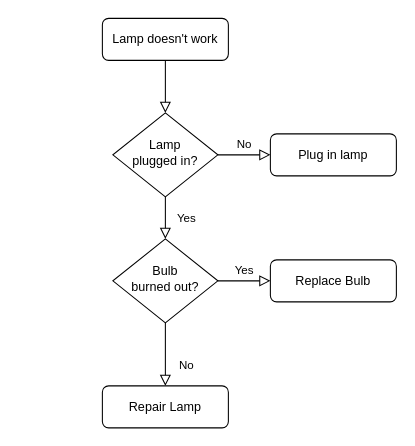
Above: Untitled Diagram.drawio in binatudou/binatudou.github.io (draw.io), before the change. Source tidied: cells renumbered, new cells numbered last; positions are measured from the earlier drawing's top-left corner, leaving out a move shared by most shapes. Both pictures are drawn from the tidied source at 105%, with x=0, y=0 at pixel (102, 18).
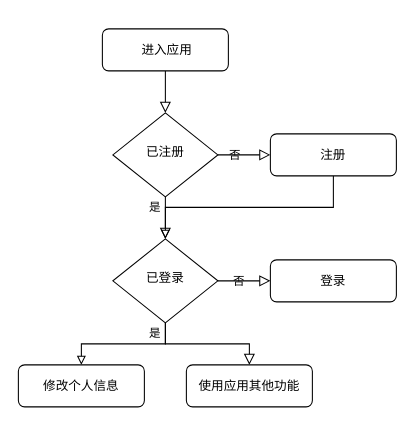
The same page after the edit.

The edit, as a diff of the source:
```diff
@@
 <mxGraphModel>
   <root>
     <mxCell id="0" />
     <mxCell id="1" parent="0" />
     <mxCell id="2" style="rounded=0;html=1;jettySize=auto;fontSize=11;endArrow=block;endFill=0;endSize=8;strokeWidth=1;shadow=0;labelBackgroundColor=none;edgeStyle=orthogonalEdgeStyle;" parent="1" edge="1" source="3" target="6">
       <mxGeometry relative="1" as="geometry" />
     </mxCell>
-    <mxCell id="3" value="Lamp doesn't work" style="rounded=1;whiteSpace=wrap;html=1;fontSize=12;glass=0;strokeWidth=1;shadow=0;" parent="1" vertex="1">
-      <mxGeometry width="120" height="40" as="geometry" />
+    <mxCell id="3" value="&amp;nbsp;进入应用" style="rounded=1;whiteSpace=wrap;html=1;fontSize=12;glass=0;strokeWidth=1;shadow=0;" parent="1" vertex="1">
+      <mxGeometry y="10" width="120" height="40" as="geometry" />
     </mxCell>
-    <mxCell id="4" value="Yes" style="rounded=0;html=1;jettySize=auto;fontSize=11;endArrow=block;endFill=0;endSize=8;strokeWidth=1;shadow=0;labelBackgroundColor=none;edgeStyle=orthogonalEdgeStyle;" parent="1" edge="1" source="6" target="10">
-      <mxGeometry y="20" relative="1" as="geometry" />
+    <mxCell id="4" value="是" style="rounded=0;html=1;jettySize=auto;fontSize=11;endArrow=block;endFill=0;endSize=8;strokeWidth=1;shadow=0;labelBackgroundColor=none;edgeStyle=orthogonalEdgeStyle;" parent="1" edge="1" source="6" target="10">
+      <mxGeometry x="-0.5" y="-10" relative="1" as="geometry" />
     </mxCell>
-    <mxCell id="5" value="No" style="edgeStyle=orthogonalEdgeStyle;rounded=0;html=1;jettySize=auto;fontSize=11;endArrow=block;endFill=0;endSize=8;strokeWidth=1;shadow=0;labelBackgroundColor=none;" parent="1" edge="1" source="6" target="7">
-      <mxGeometry y="10" relative="1" as="geometry" />
+    <mxCell id="5" value="否" style="edgeStyle=orthogonalEdgeStyle;rounded=0;html=1;jettySize=auto;fontSize=11;endArrow=block;endFill=0;endSize=8;strokeWidth=1;shadow=0;labelBackgroundColor=none;exitX=1;exitY=0.5;exitDx=0;exitDy=0;" parent="1" edge="1" source="6" target="15">
+      <mxGeometry x="-0.76" y="-10" relative="1" as="geometry">
+        <mxPoint x="10" y="-10" as="offset" />
+      </mxGeometry>
     </mxCell>
-    <mxCell id="6" value="Lamp&lt;br&gt;plugged in?" style="rhombus;whiteSpace=wrap;html=1;shadow=0;fontFamily=Helvetica;fontSize=12;align=center;strokeWidth=1;spacing=6;spacingTop=-4;" parent="1" vertex="1">
+    <mxCell id="6" value="已注册" style="rhombus;whiteSpace=wrap;html=1;shadow=0;fontFamily=Helvetica;fontSize=12;align=center;strokeWidth=1;spacing=6;spacingTop=-4;" parent="1" vertex="1">
       <mxGeometry x="10" y="90" width="100" height="80" as="geometry" />
     </mxCell>
-    <mxCell id="7" value="Plug in lamp" style="rounded=1;whiteSpace=wrap;html=1;fontSize=12;glass=0;strokeWidth=1;shadow=0;" parent="1" vertex="1">
-      <mxGeometry x="160" y="110" width="120" height="40" as="geometry" />
-    </mxCell>
-    <mxCell id="8" value="No" style="rounded=0;html=1;jettySize=auto;fontSize=11;endArrow=block;endFill=0;endSize=8;strokeWidth=1;shadow=0;labelBackgroundColor=none;edgeStyle=orthogonalEdgeStyle;" parent="1" edge="1" source="10" target="11">
-      <mxGeometry x="0.33" y="20" relative="1" as="geometry" />
+    <mxCell id="8" value="是" style="rounded=0;html=1;jettySize=auto;fontSize=11;endArrow=block;endFill=0;endSize=8;strokeWidth=1;shadow=0;labelBackgroundColor=none;edgeStyle=orthogonalEdgeStyle;" parent="1" edge="1" source="10" target="11">
+      <mxGeometry x="-0.83" y="-10" relative="1" as="geometry" />
     </mxCell>
-    <mxCell id="9" value="Yes" style="edgeStyle=orthogonalEdgeStyle;rounded=0;html=1;jettySize=auto;fontSize=11;endArrow=block;endFill=0;endSize=8;strokeWidth=1;shadow=0;labelBackgroundColor=none;" parent="1" edge="1" source="10" target="12">
-      <mxGeometry y="10" relative="1" as="geometry" />
+    <mxCell id="9" value="否" style="edgeStyle=orthogonalEdgeStyle;rounded=0;html=1;jettySize=auto;fontSize=11;endArrow=block;endFill=0;endSize=8;strokeWidth=1;shadow=0;labelBackgroundColor=none;" parent="1" edge="1" source="10" target="12">
+      <mxGeometry x="-0.2" relative="1" as="geometry" />
     </mxCell>
+    <mxCell id="13" style="edgeStyle=orthogonalEdgeStyle;rounded=0;jettySize=auto;html=1;endArrow=block;endFill=0;" parent="1" edge="1" source="10" target="16">
+      <mxGeometry relative="1" as="geometry" />
+    </mxCell>
-    <mxCell id="10" value="Bulb&lt;br&gt;burned out?" style="rhombus;whiteSpace=wrap;html=1;shadow=0;fontFamily=Helvetica;fontSize=12;align=center;strokeWidth=1;spacing=6;spacingTop=-4;" parent="1" vertex="1">
+    <mxCell id="10" value="已登录" style="rhombus;whiteSpace=wrap;html=1;shadow=0;fontFamily=Helvetica;fontSize=12;align=center;strokeWidth=1;spacing=6;spacingTop=-4;" parent="1" vertex="1">
       <mxGeometry x="10" y="210" width="100" height="80" as="geometry" />
     </mxCell>
-    <mxCell id="11" value="Repair Lamp" style="rounded=1;whiteSpace=wrap;html=1;fontSize=12;glass=0;strokeWidth=1;shadow=0;" parent="1" vertex="1">
-      <mxGeometry y="350" width="120" height="40" as="geometry" />
+    <mxCell id="11" value="使用应用其他功能" style="rounded=1;whiteSpace=wrap;html=1;fontSize=12;glass=0;strokeWidth=1;shadow=0;" parent="1" vertex="1">
+      <mxGeometry x="80" y="330" width="120" height="40" as="geometry" />
     </mxCell>
-    <mxCell id="12" value="Replace Bulb" style="rounded=1;whiteSpace=wrap;html=1;fontSize=12;glass=0;strokeWidth=1;shadow=0;" parent="1" vertex="1">
+    <mxCell id="12" value="登录" style="rounded=1;whiteSpace=wrap;html=1;fontSize=12;glass=0;strokeWidth=1;shadow=0;" parent="1" vertex="1">
       <mxGeometry x="160" y="230" width="120" height="40" as="geometry" />
     </mxCell>
+    <mxCell id="14" style="edgeStyle=orthogonalEdgeStyle;rounded=0;jettySize=auto;html=1;endArrow=block;endFill=0;" parent="1" edge="1" source="15" target="10">
+      <mxGeometry relative="1" as="geometry">
+        <Array as="points">
+          <mxPoint x="220" y="180" />
+          <mxPoint x="60" y="180" />
+        </Array>
+      </mxGeometry>
+    </mxCell>
+    <mxCell id="15" value="注册" style="rounded=1;whiteSpace=wrap;html=1;fontSize=12;glass=0;strokeWidth=1;shadow=0;" parent="1" vertex="1">
+      <mxGeometry x="160" y="110" width="120" height="40" as="geometry" />
+    </mxCell>
+    <mxCell id="16" value="修改个人信息" style="rounded=1;whiteSpace=wrap;html=1;fontSize=12;glass=0;strokeWidth=1;shadow=0;" parent="1" vertex="1">
+      <mxGeometry x="-80" y="330" width="120" height="40" as="geometry" />
+    </mxCell>
   </root>
 </mxGraphModel>
```
